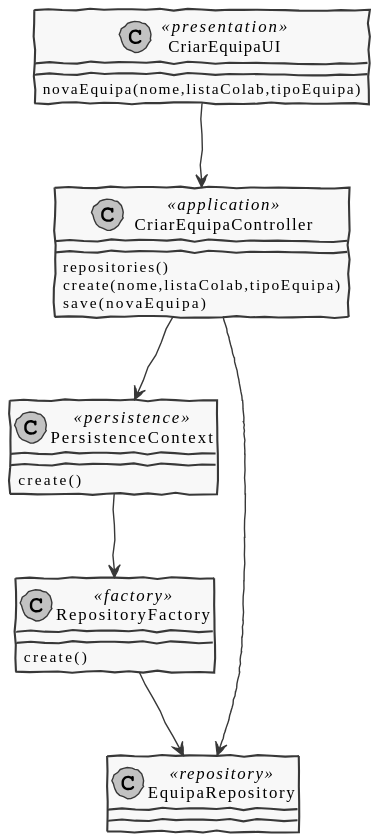
Earlier version of the PlantUML export docs/US2052_CriarEquipa/CriarEquipaCD.svg (pedrolemos4/LAPR4).
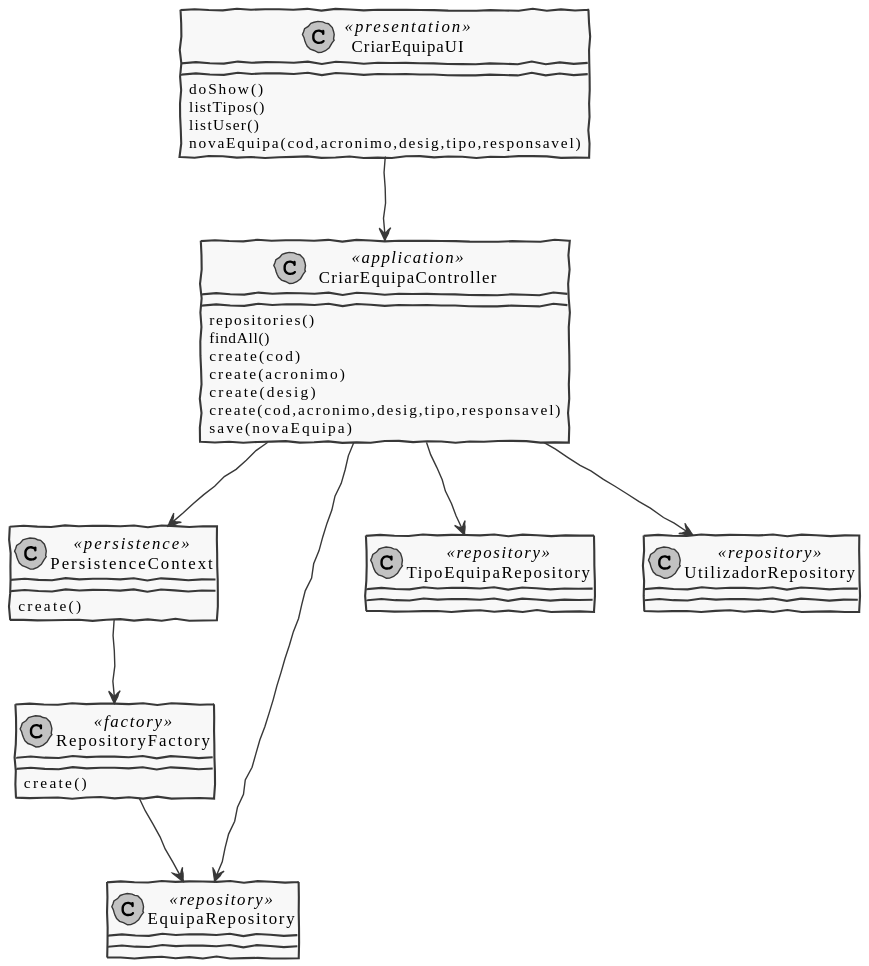
The same file after the commit.

Change to the diagram source:
```diff
@@ -10,16 +10,27 @@
 class PersistenceContext <<persistence>>
 class RepositoryFactory <<factory>>
 class EquipaRepository <<repository>>
+class TipoEquipaRepository <<repository>>
+class UtilizadorRepository <<repository>>
 
 
 CriarEquipaUI --> CriarEquipaController
-CriarEquipaUI : novaEquipa(nome,listaColab,tipoEquipa)
+CriarEquipaUI : doShow()
+CriarEquipaUI : listTipos()
+CriarEquipaUI : listUser()
+CriarEquipaUI : novaEquipa(cod,acronimo,desig,tipo,responsavel)
 
 CriarEquipaController : repositories()
-CriarEquipaController : create(nome,listaColab,tipoEquipa)
+CriarEquipaController : findAll()
+CriarEquipaController : create(cod)
+CriarEquipaController : create(acronimo)
+CriarEquipaController : create(desig)
+CriarEquipaController : create(cod,acronimo,desig,tipo,responsavel)
 CriarEquipaController : save(novaEquipa)
 
 CriarEquipaController --> EquipaRepository
+CriarEquipaController --> TipoEquipaRepository
+CriarEquipaController --> UtilizadorRepository
 CriarEquipaController --> PersistenceContext
 PersistenceContext --> RepositoryFactory
 
```
